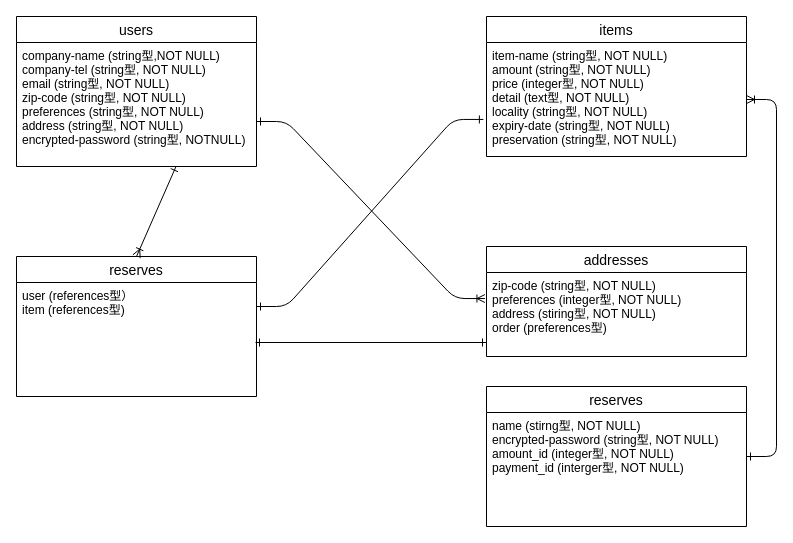
Above: page "ページ1" (1 of 2) of meat.dio in Jun-Tagami/beginner-s-butcher-shop (draw.io), before the change. Source tidied: cells renumbered, new cells numbered last; positions are measured from the earlier drawing's top-left corner, leaving out a move shared by most shapes. Both pictures are drawn from the tidied source at 100%, with x=0, y=0 at pixel (16, 16).
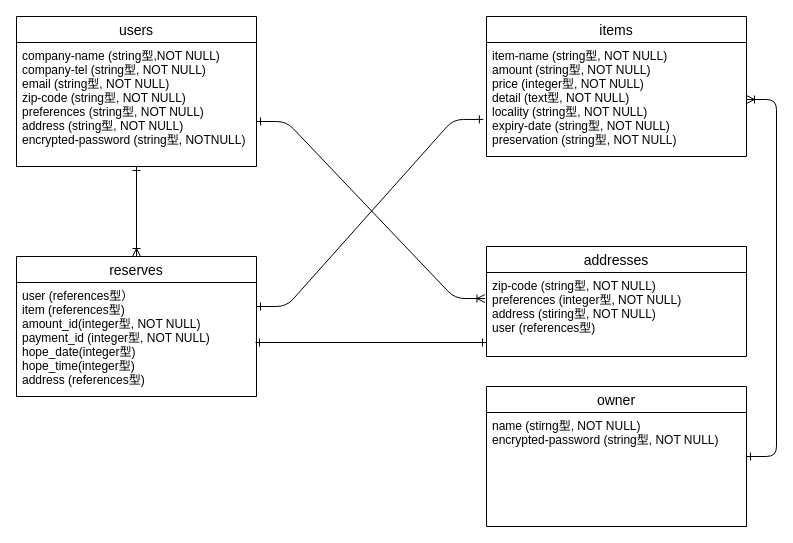
The same diagram, later.

The change refers to these unchanged cells:
```xml
<mxCell id="3" value="company-name (string型,NOT NULL)&#10;company-tel (string型, NOT NULL)&#10;email (string型, NOT NULL)&#10;zip-code (string型, NOT NULL)&#10;preferences (string型, NOT NULL)&#10;address (string型, NOT NULL)&#10;encrypted-password (string型, NOTNULL)" style="text;strokeColor=none;fillColor=none;spacingLeft=4;spacingRight=4;overflow=hidden;points=[[0,0.5],[1,0.5]];portConstraint=eastwest;fontSize=12;" parent="2" vertex="1">
  <mxGeometry y="26" width="240" height="124" as="geometry" />
</mxCell>
<mxCell id="6" value="addresses" style="swimlane;fontStyle=0;horizontal=1;startSize=26;align=center;fontSize=14;" parent="1" vertex="1">
  <mxGeometry x="470" y="230" width="260" height="110" as="geometry" />
</mxCell>
<mxCell id="8" value="reserves" style="swimlane;fontStyle=0;horizontal=1;startSize=26;align=center;fontSize=14;" parent="1" vertex="1">
  <mxGeometry y="240" width="240" height="140" as="geometry" />
</mxCell>
```

What changed in the source:
```diff
@@
-    <mxCell id="7" value="zip-code (string型, NOT NULL)&#10;preferences (integer型, NOT NULL)&#10;address (stiring型, NOT NULL)&#10;order (preferences型)&#10;" style="text;strokeColor=none;fillColor=none;spacingLeft=4;spacingRight=4;overflow=hidden;points=[[0,0.5],[1,0.5]];portConstraint=eastwest;fontSize=12;" parent="6" vertex="1">
+    <mxCell id="7" value="zip-code (string型, NOT NULL)&#10;preferences (integer型, NOT NULL)&#10;address (stiring型, NOT NULL)&#10;user (references型)&#10;&#10;" style="text;strokeColor=none;fillColor=none;spacingLeft=4;spacingRight=4;overflow=hidden;points=[[0,0.5],[1,0.5]];portConstraint=eastwest;fontSize=12;" parent="6" vertex="1">
       <mxGeometry y="26" width="260" height="84" as="geometry" />
     </mxCell>
@@
-    <mxCell id="9" value="user (references型）&#10;item (references型)" style="text;strokeColor=none;fillColor=none;spacingLeft=4;spacingRight=4;overflow=hidden;fontSize=12;" parent="8" vertex="1">
+    <mxCell id="9" value="user (references型）&#10;item (references型)&#10;amount_id(integer型, NOT NULL)&#10;payment_id (integer型, NOT NULL)&#10;hope_date(integer型)&#10;hope_time(integer型)&#10;address (references型)&#10;&#10;" style="text;strokeColor=none;fillColor=none;spacingLeft=4;spacingRight=4;overflow=hidden;fontSize=12;" parent="8" vertex="1">
       <mxGeometry y="26" width="240" height="114" as="geometry" />
     </mxCell>
@@
-    <mxCell id="11" style="fontSize=12;html=1;endArrow=ERone;endFill=1;startArrow=ERoneToMany;startFill=0;exitX=0.5;exitY=0;exitDx=0;exitDy=0;" parent="1" edge="1" source="8">
-      <mxGeometry relative="1" as="geometry">
-        <mxPoint x="159.5" y="150" as="targetPoint" />
-      </mxGeometry>
+    <mxCell id="11" style="fontSize=12;html=1;endArrow=ERone;endFill=1;startArrow=ERoneToMany;startFill=0;exitX=0.5;exitY=0;exitDx=0;exitDy=0;entryX=0.5;entryY=1;entryDx=0;entryDy=0;entryPerimeter=0;" parent="1" edge="1" source="8" target="3">
+      <mxGeometry relative="1" as="geometry" />
     </mxCell>
@@
-    <mxCell id="15" value="reserves" style="swimlane;fontStyle=0;horizontal=1;startSize=26;align=center;fontSize=14;" parent="1" vertex="1">
+    <mxCell id="15" value="owner" style="swimlane;fontStyle=0;horizontal=1;startSize=26;align=center;fontSize=14;" parent="1" vertex="1">
       <mxGeometry x="470" y="370" width="260" height="140" as="geometry" />
     </mxCell>
-    <mxCell id="16" value="name (stirng型, NOT NULL)&#10;encrypted-password (string型, NOT NULL)&#10;amount_id (integer型, NOT NULL)&#10;payment_id (interger型, NOT NULL)" style="text;strokeColor=none;fillColor=none;spacingLeft=4;spacingRight=4;overflow=hidden;fontSize=12;" parent="15" vertex="1">
+    <mxCell id="16" value="name (stirng型, NOT NULL)&#10;encrypted-password (string型, NOT NULL)&#10;" style="text;strokeColor=none;fillColor=none;spacingLeft=4;spacingRight=4;overflow=hidden;fontSize=12;" parent="15" vertex="1">
       <mxGeometry y="26" width="260" height="114" as="geometry" />
     </mxCell>
```
